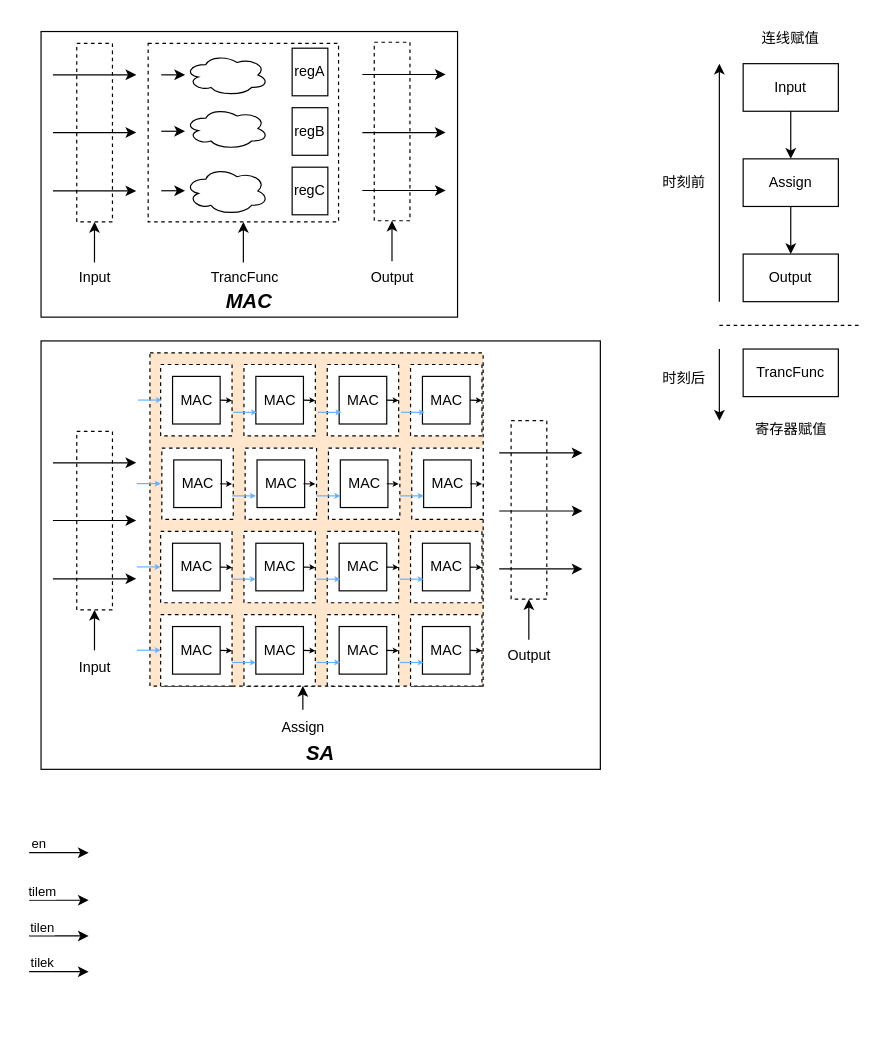
Before: page "第 3 页" (3 of 3) of Gem5.drawio in Cain252199/MyNoteBook, a draw.io diagram. Source tidied: cells renumbered, new cells numbered last; positions are measured from the earlier drawing's top-left corner, leaving out a move shared by most shapes. Both pictures are drawn from the tidied source at 119%, with x=0, y=0 at pixel (29, 20).
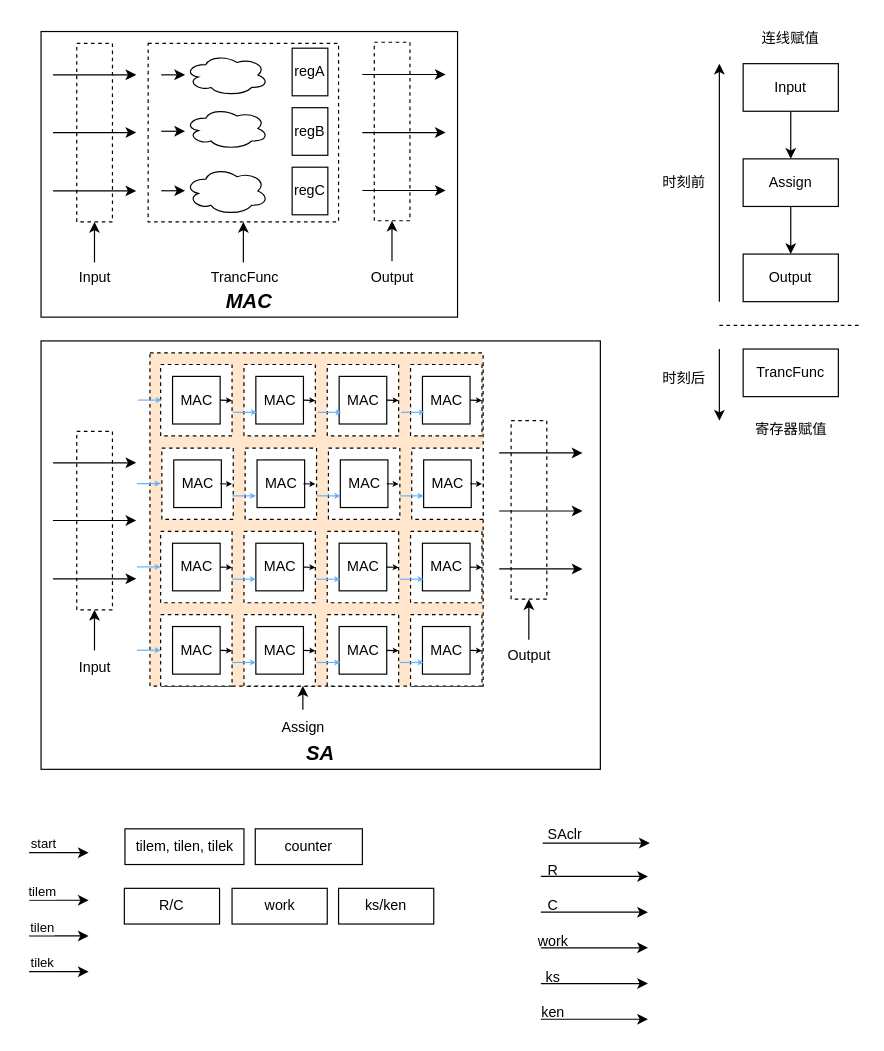
After the change.

Unchanged cells that the change refers to:
```xml
<mxCell id="120" style="endArrow=classic;html=1;rounded=0;" parent="1" edge="1">
  <mxGeometry relative="1" as="geometry">
    <mxPoint y="699" as="sourcePoint" />
    <mxPoint x="50" y="699" as="targetPoint" />
  </mxGeometry>
</mxCell>
```

Change to the diagram source:
```diff
@@
-    <mxCell id="121" value="en" style="edgeLabel;html=1;align=center;verticalAlign=middle;" parent="120" vertex="1">
+    <mxCell id="121" value="start" style="edgeLabel;html=1;align=center;verticalAlign=middle;" parent="120" vertex="1">
       <mxGeometry x="-0.68" y="1" relative="1" as="geometry">
-        <mxPoint x="-1" y="-7" as="offset" />
+        <mxPoint x="3" y="-7" as="offset" />
       </mxGeometry>
     </mxCell>
@@
+    <mxCell id="128" style="endArrow=classic;html=1;rounded=0;" parent="1" edge="1">
+      <mxGeometry relative="1" as="geometry">
+        <mxPoint x="431.5" y="691" as="sourcePoint" />
+        <mxPoint x="521.5" y="691" as="targetPoint" />
+      </mxGeometry>
+    </mxCell>
+    <mxCell id="129" value="SAclr" style="text;html=1;align=center;verticalAlign=middle;strokeColor=none;fillColor=none;" parent="1" vertex="1">
+      <mxGeometry x="425" y="669" width="50" height="30" as="geometry" />
+    </mxCell>
+    <mxCell id="130" style="endArrow=classic;html=1;rounded=0;" parent="1" edge="1">
+      <mxGeometry relative="1" as="geometry">
+        <mxPoint x="430" y="719" as="sourcePoint" />
+        <mxPoint x="520" y="719" as="targetPoint" />
+      </mxGeometry>
+    </mxCell>
+    <mxCell id="131" value="R" style="text;html=1;align=center;verticalAlign=middle;strokeColor=none;fillColor=none;" parent="1" vertex="1">
+      <mxGeometry x="425" y="699" width="30" height="30" as="geometry" />
+    </mxCell>
+    <mxCell id="132" style="endArrow=classic;html=1;rounded=0;" parent="1" edge="1">
+      <mxGeometry relative="1" as="geometry">
+        <mxPoint x="430" y="749" as="sourcePoint" />
+        <mxPoint x="520" y="749" as="targetPoint" />
+      </mxGeometry>
+    </mxCell>
+    <mxCell id="133" value="C" style="text;html=1;align=center;verticalAlign=middle;strokeColor=none;fillColor=none;" parent="1" vertex="1">
+      <mxGeometry x="425" y="729" width="30" height="30" as="geometry" />
+    </mxCell>
+    <mxCell id="134" style="endArrow=classic;html=1;rounded=0;" parent="1" edge="1">
+      <mxGeometry relative="1" as="geometry">
+        <mxPoint x="430" y="779" as="sourcePoint" />
+        <mxPoint x="520" y="779" as="targetPoint" />
+      </mxGeometry>
+    </mxCell>
+    <mxCell id="135" value="work" style="text;html=1;align=center;verticalAlign=middle;strokeColor=none;fillColor=none;" parent="1" vertex="1">
+      <mxGeometry x="415" y="759" width="50" height="30" as="geometry" />
+    </mxCell>
+    <mxCell id="136" style="endArrow=classic;html=1;rounded=0;" parent="1" edge="1">
+      <mxGeometry relative="1" as="geometry">
+        <mxPoint x="430" y="809" as="sourcePoint" />
+        <mxPoint x="520" y="809" as="targetPoint" />
+      </mxGeometry>
+    </mxCell>
+    <mxCell id="137" style="endArrow=classic;html=1;rounded=0;" parent="1" edge="1">
+      <mxGeometry relative="1" as="geometry">
+        <mxPoint x="430" y="839" as="sourcePoint" />
+        <mxPoint x="520" y="839" as="targetPoint" />
+      </mxGeometry>
+    </mxCell>
+    <mxCell id="138" value="ken" style="text;html=1;align=center;verticalAlign=middle;strokeColor=none;fillColor=none;" parent="1" vertex="1">
+      <mxGeometry x="420" y="819" width="40" height="30" as="geometry" />
+    </mxCell>
+    <mxCell id="139" value="ks" style="text;html=1;align=center;verticalAlign=middle;strokeColor=none;fillColor=none;" parent="1" vertex="1">
+      <mxGeometry x="420" y="789" width="40" height="30" as="geometry" />
+    </mxCell>
+    <mxCell id="140" value="&lt;div&gt;tilem, tilen, tilek&lt;/div&gt;" style="rounded=0;whiteSpace=wrap;html=1;" parent="1" vertex="1">
+      <mxGeometry x="80.5" y="679" width="100" height="30" as="geometry" />
+    </mxCell>
+    <mxCell id="141" value="counter" style="rounded=0;whiteSpace=wrap;html=1;" parent="1" vertex="1">
+      <mxGeometry x="190" y="679" width="90" height="30" as="geometry" />
+    </mxCell>
+    <mxCell id="142" value="R/C" style="rounded=0;whiteSpace=wrap;html=1;" parent="1" vertex="1">
+      <mxGeometry x="80" y="729" width="80" height="30" as="geometry" />
+    </mxCell>
+    <mxCell id="143" value="work" style="rounded=0;whiteSpace=wrap;html=1;" parent="1" vertex="1">
+      <mxGeometry x="170.5" y="729" width="80" height="30" as="geometry" />
+    </mxCell>
+    <mxCell id="144" value="ks/ken" style="rounded=0;whiteSpace=wrap;html=1;" parent="1" vertex="1">
+      <mxGeometry x="260" y="729" width="80" height="30" as="geometry" />
+    </mxCell>
```
